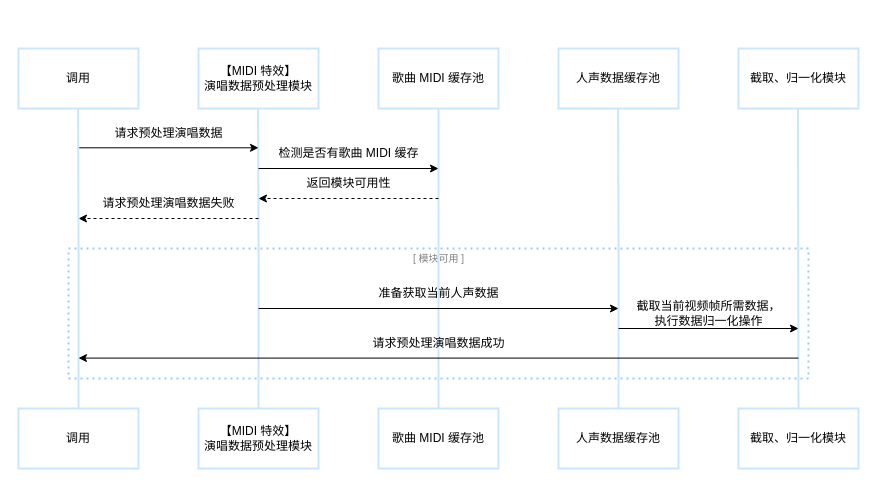
Above: page "Page-2" (2 of 4) of Untitled Diagram.drawio in Tangdixi/tangdixi.github.io (draw.io), before the change. Source tidied: cells renumbered, new cells numbered last; positions are measured from the earlier drawing's top-left corner, leaving out a move shared by most shapes. Both pictures are drawn from the tidied source at 100%, with x=0, y=0 at pixel (18, 48).
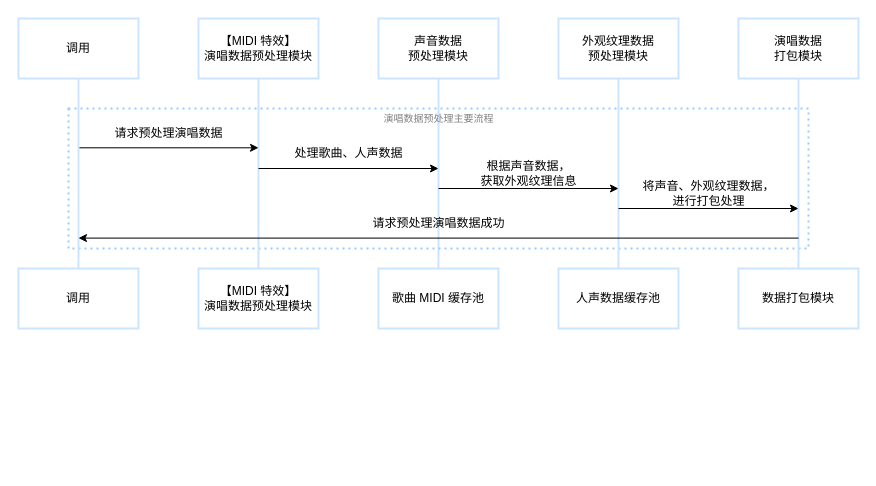
Above is the later version.

Change to the diagram source:
```diff
@@
+    <mxCell id="8" style="edgeStyle=orthogonalEdgeStyle;rounded=0;jettySize=auto;html=1;exitX=0.5;exitY=1;exitDx=0;exitDy=0;endArrow=none;endFill=0;strokeWidth=2;strokeColor=#CCE5FF;entryX=0.5;entryY=0;entryDx=0;entryDy=0;" parent="1" edge="1" source="4" target="28">
+      <mxGeometry relative="1" as="geometry" />
+    </mxCell>
     <mxCell id="2" style="rounded=0;whiteSpace=wrap;html=1;fillColor=none;dashed=1;dashPattern=1 2;strokeColor=#99CCFF;strokeWidth=2;" parent="1" vertex="1">
-      <mxGeometry x="50" y="200" width="740" height="130" as="geometry" />
+      <mxGeometry x="50" y="60" width="740" height="140" as="geometry" />
     </mxCell>
-    <mxCell id="3" value="&lt;div style=&quot;&quot;&gt;[ 模块可用 ]&lt;/div&gt;" style="text;strokeColor=none;fillColor=none;html=1;fontSize=10;fontStyle=0;verticalAlign=middle;align=center;fontColor=#808080;" parent="1" vertex="1">
-      <mxGeometry x="370" y="200" width="100" height="20" as="geometry" />
+    <mxCell id="3" value="&lt;div style=&quot;&quot;&gt;演唱数据预处理主要流程&lt;/div&gt;" style="text;strokeColor=none;fillColor=none;html=1;fontSize=10;fontStyle=0;verticalAlign=middle;align=center;fontColor=#808080;" parent="1" vertex="1">
+      <mxGeometry x="370" y="60" width="100" height="20" as="geometry" />
     </mxCell>
-    <mxCell id="4" value="歌曲 MIDI 缓存池" style="rounded=0;whiteSpace=wrap;html=1;labelBackgroundColor=none;strokeWidth=2;strokeColor=#CCE5FF;" parent="1" vertex="1">
-      <mxGeometry x="360" width="120" height="60" as="geometry" />
+    <mxCell id="4" value="声音数据&lt;br&gt;预处理模块" style="rounded=0;whiteSpace=wrap;html=1;labelBackgroundColor=none;strokeWidth=2;strokeColor=#CCE5FF;" parent="1" vertex="1">
+      <mxGeometry x="360" y="-30" width="120" height="60" as="geometry" />
     </mxCell>
-    <mxCell id="5" value="截取、归一化模块" style="rounded=0;whiteSpace=wrap;html=1;labelBackgroundColor=none;strokeWidth=2;strokeColor=#CCE5FF;" parent="1" vertex="1">
-      <mxGeometry x="720" width="120" height="60" as="geometry" />
+    <mxCell id="5" value="演唱数据&lt;br&gt;打包模块" style="rounded=0;whiteSpace=wrap;html=1;labelBackgroundColor=none;strokeWidth=2;strokeColor=#CCE5FF;" parent="1" vertex="1">
+      <mxGeometry x="720" y="-30" width="120" height="60" as="geometry" />
     </mxCell>
-    <mxCell id="6" value="人声数据缓存池" style="rounded=0;whiteSpace=wrap;html=1;labelBackgroundColor=none;strokeWidth=2;strokeColor=#CCE5FF;" parent="1" vertex="1">
-      <mxGeometry x="540" width="120" height="60" as="geometry" />
+    <mxCell id="6" value="外观纹理数据&lt;br&gt;预处理模块" style="rounded=0;whiteSpace=wrap;html=1;labelBackgroundColor=none;strokeWidth=2;strokeColor=#CCE5FF;" parent="1" vertex="1">
+      <mxGeometry x="540" y="-30" width="120" height="60" as="geometry" />
     </mxCell>
     <mxCell id="7" value="【MIDI 特效】&lt;br style=&quot;border-color: var(--border-color);&quot;&gt;演唱数据预处理模块" style="rounded=0;whiteSpace=wrap;html=1;labelBackgroundColor=none;strokeWidth=2;strokeColor=#CCE5FF;" parent="1" vertex="1">
-      <mxGeometry x="180" width="120" height="60" as="geometry" />
+      <mxGeometry x="180" y="-30" width="120" height="60" as="geometry" />
     </mxCell>
-    <mxCell id="8" style="edgeStyle=orthogonalEdgeStyle;rounded=0;orthogonalLoop=1;jettySize=auto;html=1;exitX=0.5;exitY=1;exitDx=0;exitDy=0;endArrow=none;endFill=0;strokeWidth=2;strokeColor=#CCE5FF;" parent="1" edge="1">
-      <mxGeometry relative="1" as="geometry">
-        <mxPoint x="420" y="60" as="sourcePoint" />
-        <mxPoint x="420" y="360" as="targetPoint" />
-      </mxGeometry>
-    </mxCell>
-    <mxCell id="9" style="edgeStyle=orthogonalEdgeStyle;rounded=0;jettySize=auto;html=1;exitX=0.5;exitY=1;exitDx=0;exitDy=0;entryX=0.5;entryY=0;entryDx=0;entryDy=0;endArrow=none;endFill=0;strokeWidth=2;strokeColor=#CCE5FF;" parent="1" edge="1" target="30">
-      <mxGeometry relative="1" as="geometry">
-        <mxPoint x="599.6" y="60" as="sourcePoint" />
-      </mxGeometry>
+    <mxCell id="9" style="edgeStyle=orthogonalEdgeStyle;rounded=0;jettySize=auto;html=1;exitX=0.5;exitY=1;exitDx=0;exitDy=0;entryX=0.5;entryY=0;entryDx=0;entryDy=0;endArrow=none;endFill=0;strokeWidth=2;strokeColor=#CCE5FF;" parent="1" edge="1" source="6" target="30">
+      <mxGeometry relative="1" as="geometry" />
     </mxCell>
-    <mxCell id="10" style="edgeStyle=orthogonalEdgeStyle;rounded=0;jettySize=auto;html=1;exitX=0.5;exitY=1;exitDx=0;exitDy=0;endArrow=none;endFill=0;strokeWidth=2;strokeColor=#CCE5FF;" parent="1" edge="1" target="31">
-      <mxGeometry relative="1" as="geometry">
-        <mxPoint x="239.6" y="60" as="sourcePoint" />
-      </mxGeometry>
+    <mxCell id="10" style="edgeStyle=orthogonalEdgeStyle;rounded=0;jettySize=auto;html=1;exitX=0.5;exitY=1;exitDx=0;exitDy=0;endArrow=none;endFill=0;strokeWidth=2;strokeColor=#CCE5FF;" parent="1" edge="1" source="7" target="31">
+      <mxGeometry relative="1" as="geometry" />
     </mxCell>
-    <mxCell id="11" style="edgeStyle=orthogonalEdgeStyle;rounded=0;jettySize=auto;html=1;exitX=0.5;exitY=1;exitDx=0;exitDy=0;entryX=0.5;entryY=0;entryDx=0;entryDy=0;endArrow=none;endFill=0;strokeWidth=2;strokeColor=#CCE5FF;" parent="1" edge="1" target="29">
-      <mxGeometry relative="1" as="geometry">
-        <mxPoint x="779.5" y="60" as="sourcePoint" />
-      </mxGeometry>
+    <mxCell id="11" style="edgeStyle=orthogonalEdgeStyle;rounded=0;jettySize=auto;html=1;exitX=0.5;exitY=1;exitDx=0;exitDy=0;entryX=0.5;entryY=0;entryDx=0;entryDy=0;endArrow=none;endFill=0;strokeWidth=2;strokeColor=#CCE5FF;" parent="1" edge="1" source="5" target="29">
+      <mxGeometry relative="1" as="geometry" />
     </mxCell>
@@
-    <mxCell id="14" style="endArrow=classic;html=1;rounded=0;dashed=1;" parent="1" edge="1">
-      <mxGeometry relative="1" as="geometry">
-        <mxPoint x="420" y="150" as="sourcePoint" />
-        <mxPoint x="240" y="150" as="targetPoint" />
-      </mxGeometry>
-    </mxCell>
-    <mxCell id="15" value="&lt;div style=&quot;font-size: 12px;&quot;&gt;返回模块可用性&lt;/div&gt;" style="text;strokeColor=none;fillColor=none;html=1;fontSize=12;fontStyle=0;verticalAlign=middle;align=center;" parent="1" vertex="1">
-      <mxGeometry x="280" y="120" width="100" height="30" as="geometry" />
-    </mxCell>
@@
-    <mxCell id="17" value="检测是否有歌曲 MIDI 缓存" style="text;strokeColor=none;fillColor=none;html=1;fontSize=12;fontStyle=0;verticalAlign=middle;align=center;" parent="1" vertex="1">
+    <mxCell id="17" value="处理歌曲、人声数据" style="text;strokeColor=none;fillColor=none;html=1;fontSize=12;fontStyle=0;verticalAlign=middle;align=center;" parent="1" vertex="1">
       <mxGeometry x="280" y="90" width="100" height="30" as="geometry" />
     </mxCell>
-    <mxCell id="18" style="endArrow=classic;html=1;rounded=0;dashed=1;" parent="1" edge="1">
-      <mxGeometry relative="1" as="geometry">
-        <mxPoint x="240" y="170" as="sourcePoint" />
-        <mxPoint x="60" y="170" as="targetPoint" />
-      </mxGeometry>
-    </mxCell>
-    <mxCell id="19" value="请求预处理演唱数据失败" style="text;strokeColor=none;fillColor=none;html=1;fontSize=12;fontStyle=0;verticalAlign=middle;align=center;" parent="1" vertex="1">
-      <mxGeometry x="100" y="140" width="100" height="30" as="geometry" />
-    </mxCell>
     <mxCell id="20" value="调用" style="rounded=0;whiteSpace=wrap;html=1;labelBackgroundColor=none;strokeWidth=2;strokeColor=#CCE5FF;" parent="1" vertex="1">
-      <mxGeometry width="120" height="60" as="geometry" />
+      <mxGeometry y="-30" width="120" height="60" as="geometry" />
     </mxCell>
-    <mxCell id="21" style="edgeStyle=orthogonalEdgeStyle;rounded=0;jettySize=auto;html=1;exitX=0.5;exitY=1;exitDx=0;exitDy=0;entryX=0.5;entryY=0;entryDx=0;entryDy=0;endArrow=none;endFill=0;strokeWidth=2;strokeColor=#CCE5FF;" parent="1" edge="1" target="32">
-      <mxGeometry relative="1" as="geometry">
-        <mxPoint x="59.6" y="60" as="sourcePoint" />
-      </mxGeometry>
+    <mxCell id="21" style="edgeStyle=orthogonalEdgeStyle;rounded=0;jettySize=auto;html=1;exitX=0.5;exitY=1;exitDx=0;exitDy=0;entryX=0.5;entryY=0;entryDx=0;entryDy=0;endArrow=none;endFill=0;strokeWidth=2;strokeColor=#CCE5FF;" parent="1" edge="1" source="20" target="32">
+      <mxGeometry relative="1" as="geometry" />
     </mxCell>
     <mxCell id="22" style="endArrow=classic;html=1;rounded=0;" parent="1" edge="1">
       <mxGeometry relative="1" as="geometry">
-        <mxPoint x="240" y="260" as="sourcePoint" />
-        <mxPoint x="600" y="260" as="targetPoint" />
+        <mxPoint x="420" y="140" as="sourcePoint" />
+        <mxPoint x="600" y="140" as="targetPoint" />
       </mxGeometry>
     </mxCell>
-    <mxCell id="23" value="准备获取当前人声数据" style="text;strokeColor=none;fillColor=none;html=1;fontSize=12;fontStyle=0;verticalAlign=middle;align=center;" parent="1" vertex="1">
-      <mxGeometry x="370" y="230" width="100" height="30" as="geometry" />
+    <mxCell id="23" value="根据声音数据，&lt;br&gt;获取外观纹理信息" style="text;strokeColor=none;fillColor=none;html=1;fontSize=12;fontStyle=0;verticalAlign=middle;align=center;" parent="1" vertex="1">
+      <mxGeometry x="460" y="110" width="100" height="30" as="geometry" />
     </mxCell>
     <mxCell id="24" style="endArrow=classic;html=1;rounded=0;" parent="1" edge="1">
       <mxGeometry relative="1" as="geometry">
-        <mxPoint x="600" y="280" as="sourcePoint" />
-        <mxPoint x="780" y="280" as="targetPoint" />
+        <mxPoint x="600" y="160" as="sourcePoint" />
+        <mxPoint x="780" y="160" as="targetPoint" />
       </mxGeometry>
     </mxCell>
-    <mxCell id="25" value="截取当前视频帧所需数据，&lt;br&gt;执行数据归一化操作" style="text;strokeColor=none;fillColor=none;html=1;fontSize=12;fontStyle=0;verticalAlign=middle;align=center;" parent="1" vertex="1">
-      <mxGeometry x="640" y="250" width="100" height="30" as="geometry" />
+    <mxCell id="25" value="将声音、外观纹理数据，&lt;br&gt;进行打包处理" style="text;strokeColor=none;fillColor=none;html=1;fontSize=12;fontStyle=0;verticalAlign=middle;align=center;" parent="1" vertex="1">
+      <mxGeometry x="640" y="130" width="100" height="30" as="geometry" />
     </mxCell>
     <mxCell id="26" style="endArrow=classic;html=1;rounded=0;" parent="1" edge="1">
       <mxGeometry relative="1" as="geometry">
-        <mxPoint x="780" y="309.6" as="sourcePoint" />
-        <mxPoint x="60" y="309.6" as="targetPoint" />
+        <mxPoint x="780" y="189.6" as="sourcePoint" />
+        <mxPoint x="60" y="189.6" as="targetPoint" />
       </mxGeometry>
     </mxCell>
     <mxCell id="27" value="请求预处理演唱数据成功" style="text;strokeColor=none;fillColor=none;html=1;fontSize=12;fontStyle=0;verticalAlign=middle;align=center;" parent="1" vertex="1">
-      <mxGeometry x="370" y="280" width="100" height="29.6" as="geometry" />
+      <mxGeometry x="370" y="160" width="100" height="29.6" as="geometry" />
     </mxCell>
     <mxCell id="28" value="歌曲 MIDI 缓存池" style="rounded=0;whiteSpace=wrap;html=1;labelBackgroundColor=none;strokeWidth=2;strokeColor=#CCE5FF;" parent="1" vertex="1">
-      <mxGeometry x="360" y="360" width="120" height="60" as="geometry" />
+      <mxGeometry x="360" y="220" width="120" height="60" as="geometry" />
     </mxCell>
-    <mxCell id="29" value="截取、归一化模块" style="rounded=0;whiteSpace=wrap;html=1;labelBackgroundColor=none;strokeWidth=2;strokeColor=#CCE5FF;" parent="1" vertex="1">
-      <mxGeometry x="720" y="360" width="120" height="60" as="geometry" />
+    <mxCell id="29" value="数据打包模块" style="rounded=0;whiteSpace=wrap;html=1;labelBackgroundColor=none;strokeWidth=2;strokeColor=#CCE5FF;" parent="1" vertex="1">
+      <mxGeometry x="720" y="220" width="120" height="60" as="geometry" />
     </mxCell>
     <mxCell id="30" value="人声数据缓存池" style="rounded=0;whiteSpace=wrap;html=1;labelBackgroundColor=none;strokeWidth=2;strokeColor=#CCE5FF;" parent="1" vertex="1">
-      <mxGeometry x="540" y="360" width="120" height="60" as="geometry" />
+      <mxGeometry x="540" y="220" width="120" height="60" as="geometry" />
     </mxCell>
     <mxCell id="31" value="【MIDI 特效】&lt;br style=&quot;border-color: var(--border-color);&quot;&gt;演唱数据预处理模块" style="rounded=0;whiteSpace=wrap;html=1;labelBackgroundColor=none;strokeWidth=2;strokeColor=#CCE5FF;" parent="1" vertex="1">
-      <mxGeometry x="180" y="360" width="120" height="60" as="geometry" />
+      <mxGeometry x="180" y="220" width="120" height="60" as="geometry" />
     </mxCell>
     <mxCell id="32" value="调用" style="rounded=0;whiteSpace=wrap;html=1;labelBackgroundColor=none;strokeWidth=2;strokeColor=#CCE5FF;" parent="1" vertex="1">
-      <mxGeometry y="360" width="120" height="60" as="geometry" />
+      <mxGeometry y="220" width="120" height="60" as="geometry" />
     </mxCell>
```
